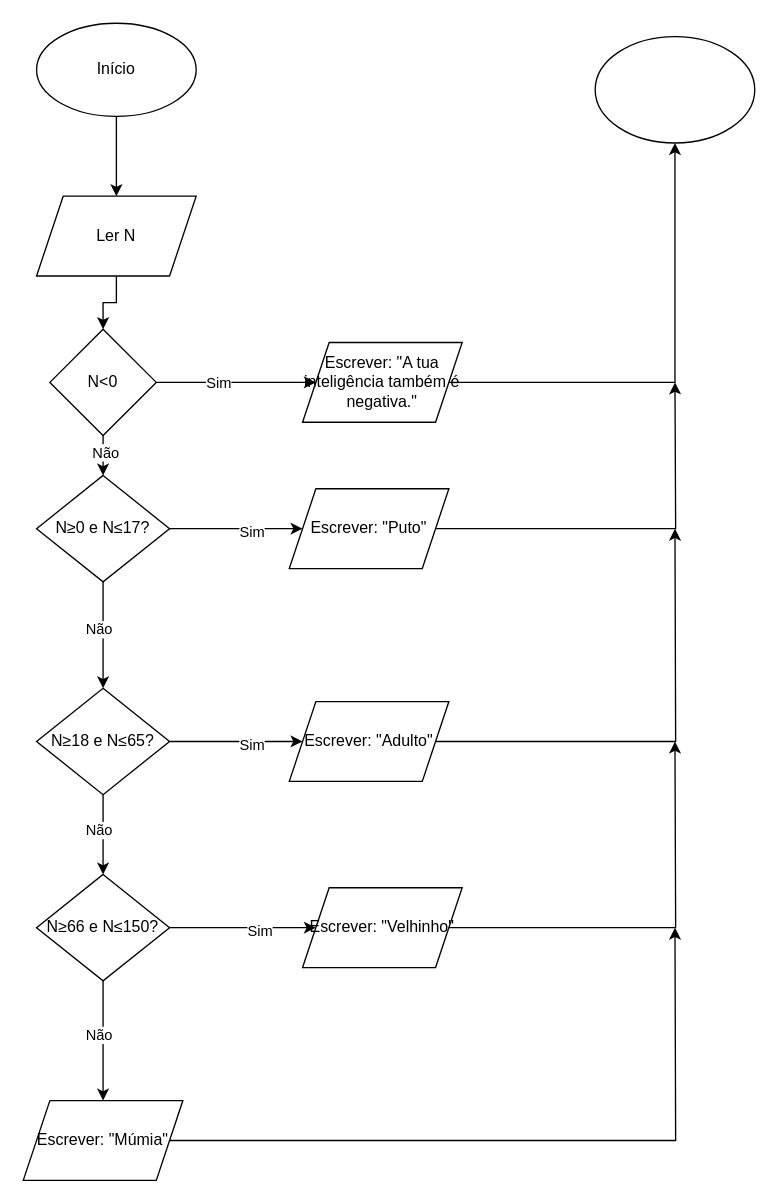
Above: flux10.drawio in matheuslachaves/Fluxogramas (draw.io), before the change. Source tidied: cells renumbered, new cells numbered last; positions are measured from the earlier drawing's top-left corner, leaving out a move shared by most shapes. Both pictures are drawn from the tidied source at 133%, with x=0, y=0 at pixel (23, 23).
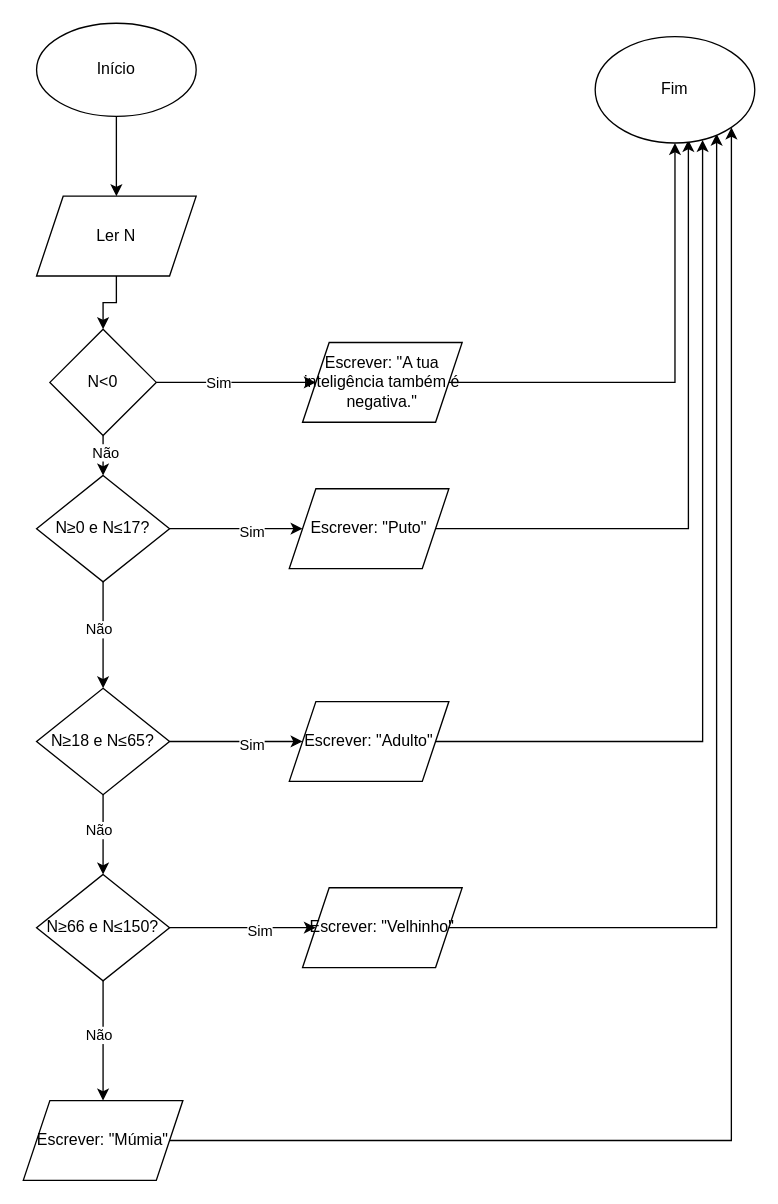
The same diagram, later.

The change refers to these unchanged cells:
```xml
<mxCell id="12" value="Escrever: &quot;Puto&quot;" style="shape=parallelogram;perimeter=parallelogramPerimeter;whiteSpace=wrap;html=1;shapeInside=1;fixedSize=1;" parent="1" vertex="1">
  <mxGeometry x="200" y="350" width="120" height="60" as="geometry" />
</mxCell>
<mxCell id="19" value="Escrever: &quot;Adulto&quot;" style="shape=parallelogram;perimeter=parallelogramPerimeter;whiteSpace=wrap;html=1;shapeInside=1;fixedSize=1;" parent="1" vertex="1">
  <mxGeometry x="200" y="510" width="120" height="60" as="geometry" />
</mxCell>
<mxCell id="26" value="Escrever: &quot;Velhinho&quot;" style="shape=parallelogram;perimeter=parallelogramPerimeter;whiteSpace=wrap;html=1;shapeInside=1;fixedSize=1;" parent="1" vertex="1">
  <mxGeometry x="210" y="650" width="120" height="60" as="geometry" />
</mxCell>
<mxCell id="35" value="Escrever: &quot;Múmia&quot;" style="shape=parallelogram;perimeter=parallelogramPerimeter;whiteSpace=wrap;html=1;shapeInside=1;fixedSize=1;" parent="1" vertex="1">
  <mxGeometry y="810" width="120" height="60" as="geometry" />
</mxCell>
```

What changed in the source:
```diff
@@
-    <mxCell id="11" style="edgeStyle=orthogonalEdgeStyle;rounded=0;jettySize=auto;html=1;exitX=1;exitY=0.5;exitDx=0;exitDy=0;" parent="1" edge="1" source="12">
-      <mxGeometry relative="1" as="geometry">
-        <mxPoint x="490" y="270" as="targetPoint" />
-      </mxGeometry>
+    <mxCell id="11" style="edgeStyle=orthogonalEdgeStyle;rounded=0;jettySize=auto;html=1;exitX=1;exitY=0.5;exitDx=0;exitDy=0;entryX=0.584;entryY=0.972;entryDx=0;entryDy=0;entryPerimeter=0;" parent="1" edge="1" source="12" target="36">
+      <mxGeometry relative="1" as="geometry" />
     </mxCell>
@@
-    <mxCell id="18" style="edgeStyle=orthogonalEdgeStyle;rounded=0;jettySize=auto;html=1;exitX=1;exitY=0.5;exitDx=0;exitDy=0;" parent="1" edge="1" source="19">
-      <mxGeometry relative="1" as="geometry">
-        <mxPoint x="490" y="380" as="targetPoint" />
-      </mxGeometry>
+    <mxCell id="18" style="edgeStyle=orthogonalEdgeStyle;rounded=0;jettySize=auto;html=1;exitX=1;exitY=0.5;exitDx=0;exitDy=0;entryX=0.673;entryY=0.972;entryDx=0;entryDy=0;entryPerimeter=0;" parent="1" edge="1" source="19" target="36">
+      <mxGeometry relative="1" as="geometry" />
     </mxCell>
@@
-    <mxCell id="25" style="edgeStyle=orthogonalEdgeStyle;rounded=0;jettySize=auto;html=1;exitX=1;exitY=0.5;exitDx=0;exitDy=0;" parent="1" edge="1" source="26">
-      <mxGeometry relative="1" as="geometry">
-        <mxPoint x="490" y="540" as="targetPoint" />
-      </mxGeometry>
+    <mxCell id="25" style="edgeStyle=orthogonalEdgeStyle;rounded=0;jettySize=auto;html=1;exitX=1;exitY=0.5;exitDx=0;exitDy=0;entryX=0.761;entryY=0.913;entryDx=0;entryDy=0;entryPerimeter=0;" parent="1" edge="1" source="26" target="36">
+      <mxGeometry relative="1" as="geometry" />
     </mxCell>
@@
-    <mxCell id="34" style="edgeStyle=orthogonalEdgeStyle;rounded=0;jettySize=auto;html=1;exitX=1;exitY=0.5;exitDx=0;exitDy=0;" parent="1" edge="1" source="35">
-      <mxGeometry relative="1" as="geometry">
-        <mxPoint x="490" y="680" as="targetPoint" />
-      </mxGeometry>
+    <mxCell id="34" style="edgeStyle=orthogonalEdgeStyle;rounded=0;jettySize=auto;html=1;exitX=1;exitY=0.5;exitDx=0;exitDy=0;entryX=1;entryY=1;entryDx=0;entryDy=0;" parent="1" edge="1" source="35" target="36">
+      <mxGeometry relative="1" as="geometry" />
     </mxCell>
@@
-    <mxCell id="36" style="ellipse;whiteSpace=wrap;html=1;shapeInside=1;" parent="1" vertex="1">
+    <mxCell id="36" value="Fim" style="ellipse;whiteSpace=wrap;html=1;shapeInside=1;" parent="1" vertex="1">
       <mxGeometry x="430" y="10" width="120" height="80" as="geometry" />
     </mxCell>
```
